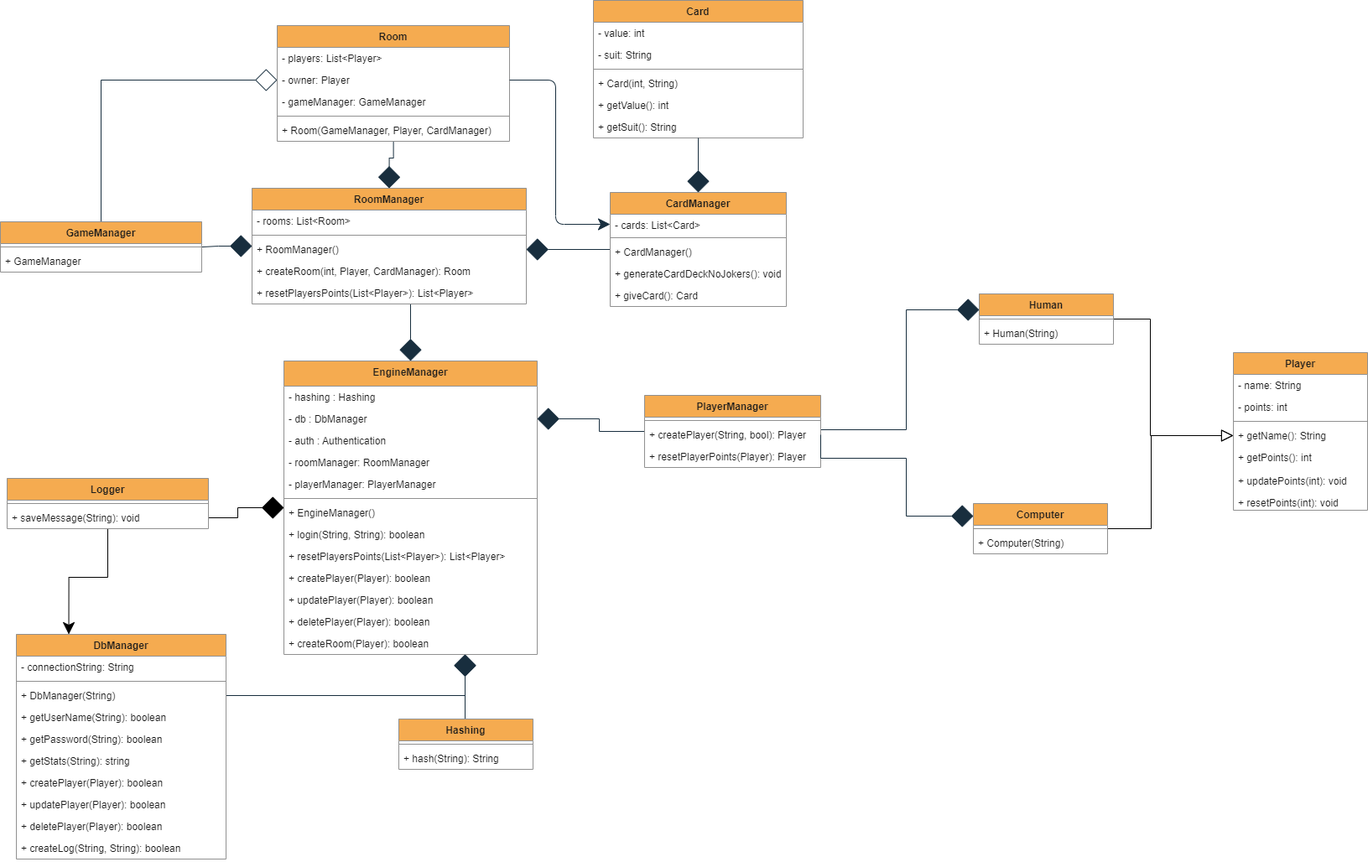
Before: Diagrammer/Klasse Diagram.drawio.png, a diagram exported from draw.io (Olivervesth/KortKlubben). Source tidied: cells renumbered, new cells last; positions are measured from the earlier drawing's top-left corner, leaving out a move shared by most shapes.
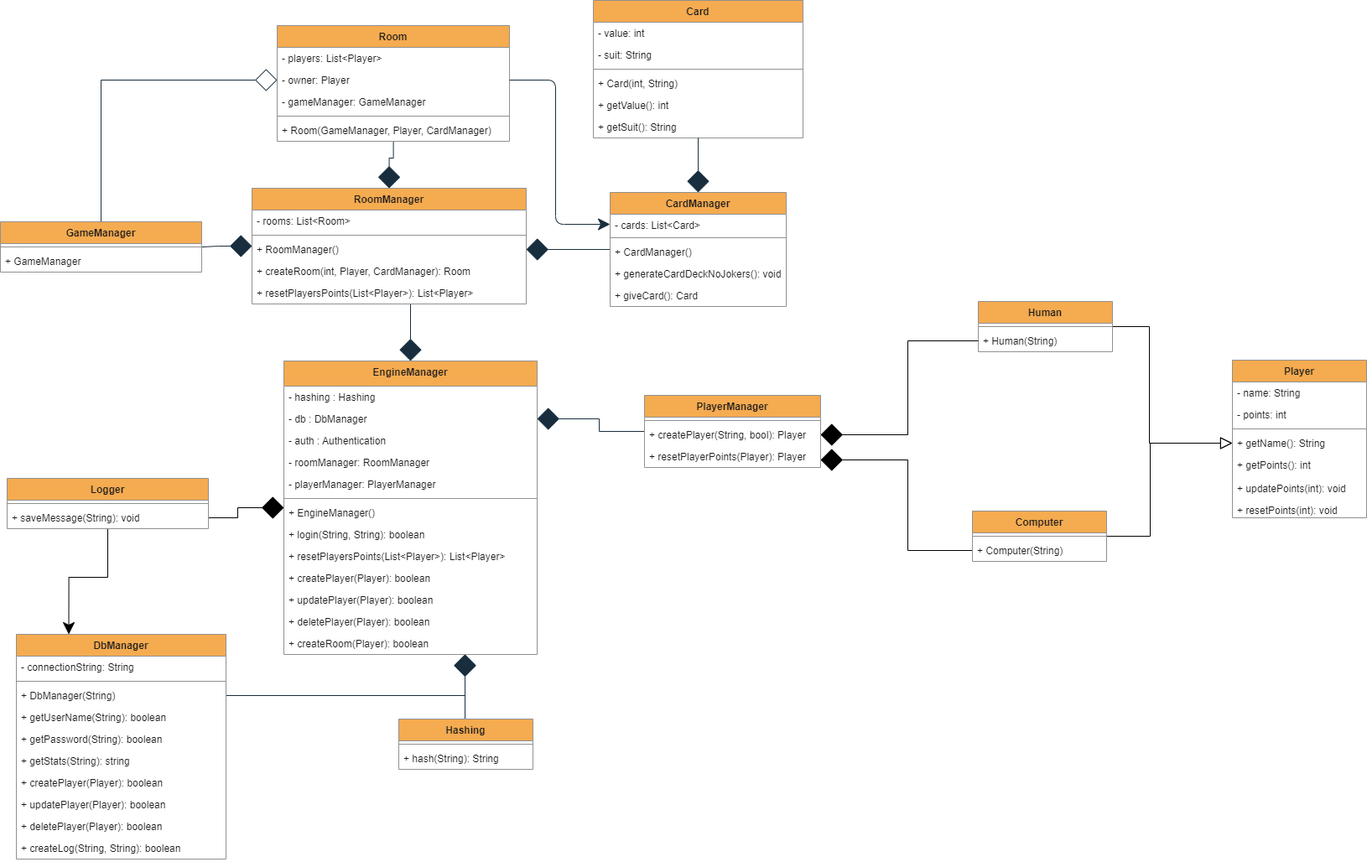
The same diagram one commit later.

Diff of the diagram source:
```diff
@@ -153,19 +153,17 @@
     <mxCell id="47" value="+ createRoom(Player): boolean" style="text;strokeColor=none;fillColor=none;align=left;verticalAlign=top;spacingLeft=4;spacingRight=4;overflow=hidden;fontColor=#1A1A1A;rounded=0;" parent="34" vertex="1">
       <mxGeometry y="324" width="302" height="26" as="geometry" />
     </mxCell>
-    <mxCell id="48" style="edgeStyle=orthogonalEdgeStyle;rounded=0;orthogonalLoop=1;jettySize=auto;html=1;entryX=0;entryY=0.5;entryDx=0;entryDy=0;endArrow=diamond;endFill=1;endSize=24;exitX=1;exitY=0.5;exitDx=0;exitDy=0;labelBackgroundColor=#EEEEEE;strokeColor=#182E3E;fontColor=#1A1A1A;" parent="1" edge="1">
-      <mxGeometry relative="1" as="geometry">
-        <mxPoint x="933" y="512" as="sourcePoint" />
-        <mxPoint x="1167" y="369" as="targetPoint" />
-        <Array as="points">
-          <mxPoint x="1080" y="512" />
-          <mxPoint x="1080" y="369" />
-        </Array>
-      </mxGeometry>
-    </mxCell>
     <mxCell id="49" style="edgeStyle=orthogonalEdgeStyle;rounded=0;jettySize=auto;html=1;entryX=1;entryY=0.5;entryDx=0;entryDy=0;endArrow=diamond;endFill=1;endSize=24;labelBackgroundColor=#EEEEEE;strokeColor=#182E3E;fontColor=#1A1A1A;" parent="1" edge="1" source="50" target="36">
       <mxGeometry relative="1" as="geometry" />
     </mxCell>
+    <mxCell id="95" style="edgeStyle=orthogonalEdgeStyle;rounded=0;jettySize=auto;html=1;entryX=0;entryY=0.5;entryDx=0;entryDy=0;startArrow=diamond;startFill=1;endArrow=none;endFill=0;startSize=24;endSize=12;" parent="1" edge="1" source="50" target="75">
+      <mxGeometry relative="1" as="geometry">
+        <Array as="points">
+          <mxPoint x="1082" y="548" />
+          <mxPoint x="1082" y="656" />
+        </Array>
+      </mxGeometry>
+    </mxCell>
     <mxCell id="50" value="PlayerManager" style="swimlane;fontStyle=1;align=center;verticalAlign=top;horizontal=1;startSize=26;fillColor=#F5AB50;strokeColor=#909090;fontColor=#1A1A1A;rounded=0;swimlaneFillColor=default;" parent="1" vertex="1">
       <mxGeometry x="768" y="471" width="210" height="86" as="geometry" />
     </mxCell>
@@ -181,13 +179,13 @@
     <mxCell id="54" style="edgeStyle=orthogonalEdgeStyle;rounded=0;jettySize=auto;html=1;entryX=0;entryY=0.5;entryDx=0;entryDy=0;startArrow=none;startFill=0;endArrow=block;endFill=0;startSize=12;endSize=12;" parent="1" edge="1" source="55" target="86">
       <mxGeometry relative="1" as="geometry">
         <Array as="points">
-          <mxPoint x="1371" y="380" />
-          <mxPoint x="1371" y="519" />
+          <mxPoint x="1370" y="389" />
+          <mxPoint x="1370" y="528" />
         </Array>
       </mxGeometry>
     </mxCell>
     <mxCell id="55" value="Human" style="swimlane;fontStyle=1;align=center;verticalAlign=top;horizontal=1;startSize=26;fillColor=#F5AB50;strokeColor=#909090;fontColor=#1A1A1A;rounded=0;swimlaneFillColor=default;" parent="1" vertex="1">
-      <mxGeometry x="1167" y="350" width="160" height="60" as="geometry" />
+      <mxGeometry x="1166" y="359" width="160" height="60" as="geometry" />
     </mxCell>
     <mxCell id="56" style="line;strokeWidth=1;fillColor=none;align=left;verticalAlign=middle;spacingTop=-1;spacingLeft=3;spacingRight=3;labelPosition=right;labelBackgroundColor=#EEEEEE;strokeColor=#909090;fontColor=#1A1A1A;rounded=0;" parent="55" vertex="1">
       <mxGeometry y="26" width="160" height="8" as="geometry" />
@@ -240,13 +238,13 @@
     <mxCell id="72" style="edgeStyle=orthogonalEdgeStyle;rounded=0;jettySize=auto;html=1;entryX=0;entryY=0.5;entryDx=0;entryDy=0;startArrow=none;startFill=0;endArrow=block;endFill=0;startSize=12;endSize=12;" parent="1" edge="1" source="73" target="86">
       <mxGeometry relative="1" as="geometry">
         <Array as="points">
-          <mxPoint x="1372" y="630" />
-          <mxPoint x="1372" y="519" />
+          <mxPoint x="1371" y="639" />
+          <mxPoint x="1371" y="528" />
         </Array>
       </mxGeometry>
     </mxCell>
     <mxCell id="73" value="Computer" style="swimlane;fontStyle=1;align=center;verticalAlign=top;horizontal=1;startSize=26;fillColor=#F5AB50;strokeColor=#909090;fontColor=#1A1A1A;rounded=0;swimlaneFillColor=default;" parent="1" vertex="1">
-      <mxGeometry x="1160" y="600" width="160" height="60" as="geometry" />
+      <mxGeometry x="1159" y="609" width="160" height="60" as="geometry" />
     </mxCell>
     <mxCell id="74" style="line;strokeWidth=1;fillColor=none;align=left;verticalAlign=middle;spacingTop=-1;spacingLeft=3;spacingRight=3;labelPosition=right;labelBackgroundColor=#EEEEEE;strokeColor=#909090;fontColor=#1A1A1A;rounded=0;" parent="73" vertex="1">
       <mxGeometry y="26" width="160" height="8" as="geometry" />
@@ -257,14 +255,6 @@
     <mxCell id="76" style="endArrow=diamond;endFill=1;endSize=24;html=1;rounded=0;entryX=0.5;entryY=0;entryDx=0;entryDy=0;labelBackgroundColor=#EEEEEE;strokeColor=#182E3E;fontColor=#1A1A1A;" parent="1" edge="1" source="15" target="17">
       <mxGeometry relative="1" as="geometry" />
     </mxCell>
-    <mxCell id="77" style="edgeStyle=orthogonalEdgeStyle;rounded=0;jettySize=auto;html=1;entryX=0;entryY=0.25;entryDx=0;entryDy=0;endArrow=diamond;endFill=1;endSize=24;exitX=1;exitY=0.5;exitDx=0;exitDy=0;labelBackgroundColor=#EEEEEE;strokeColor=#182E3E;fontColor=#1A1A1A;" parent="1" edge="1" source="52" target="73">
-      <mxGeometry relative="1" as="geometry">
-        <Array as="points">
-          <mxPoint x="1080" y="546" />
-          <mxPoint x="1080" y="615" />
-        </Array>
-      </mxGeometry>
-    </mxCell>
     <mxCell id="78" style="edgeStyle=orthogonalEdgeStyle;rounded=0;jettySize=auto;html=1;exitX=0.5;exitY=0;exitDx=0;exitDy=0;entryX=0;entryY=0.5;entryDx=0;entryDy=0;startArrow=none;startFill=0;endArrow=diamond;endFill=0;startSize=12;endSize=24;labelBackgroundColor=#EEEEEE;strokeColor=#182E3E;fontColor=#1A1A1A;" parent="1" edge="1" source="79" target="5">
       <mxGeometry relative="1" as="geometry" />
     </mxCell>
@@ -278,7 +268,7 @@
       <mxGeometry y="34" width="240" height="26" as="geometry" />
     </mxCell>
     <mxCell id="82" value="Player" style="swimlane;fontStyle=1;align=center;verticalAlign=top;horizontal=1;startSize=26;fillColor=#F5AB50;strokeColor=#909090;fontColor=#1A1A1A;rounded=0;swimlaneFillColor=default;" parent="1" vertex="1">
-      <mxGeometry x="1470" y="420" width="160" height="188" as="geometry" />
+      <mxGeometry x="1469" y="429" width="160" height="188" as="geometry" />
     </mxCell>
     <mxCell id="83" value="- name: String" style="text;strokeColor=none;fillColor=none;align=left;verticalAlign=top;spacingLeft=4;spacingRight=4;overflow=hidden;fontColor=#1A1A1A;rounded=0;" parent="82" vertex="1">
       <mxGeometry y="26" width="160" height="26" as="geometry" />
@@ -316,5 +306,8 @@
     <mxCell id="94" value="+ saveMessage(String): void" style="text;strokeColor=none;fillColor=none;align=left;verticalAlign=top;spacingLeft=4;spacingRight=4;overflow=hidden;points=[[0,0.5],[1,0.5]];portConstraint=eastwest;fontColor=#1A1A1A;rounded=0;" parent="92" vertex="1">
       <mxGeometry y="34" width="240" height="26" as="geometry" />
     </mxCell>
+    <mxCell id="96" style="edgeStyle=orthogonalEdgeStyle;rounded=0;jettySize=auto;html=1;exitX=1;exitY=0.5;exitDx=0;exitDy=0;entryX=0;entryY=0.5;entryDx=0;entryDy=0;startArrow=diamond;startFill=1;endArrow=none;endFill=0;startSize=24;endSize=12;" parent="1" edge="1" source="52" target="57">
+      <mxGeometry relative="1" as="geometry" />
+    </mxCell>
   </root>
 </mxGraphModel>
```
